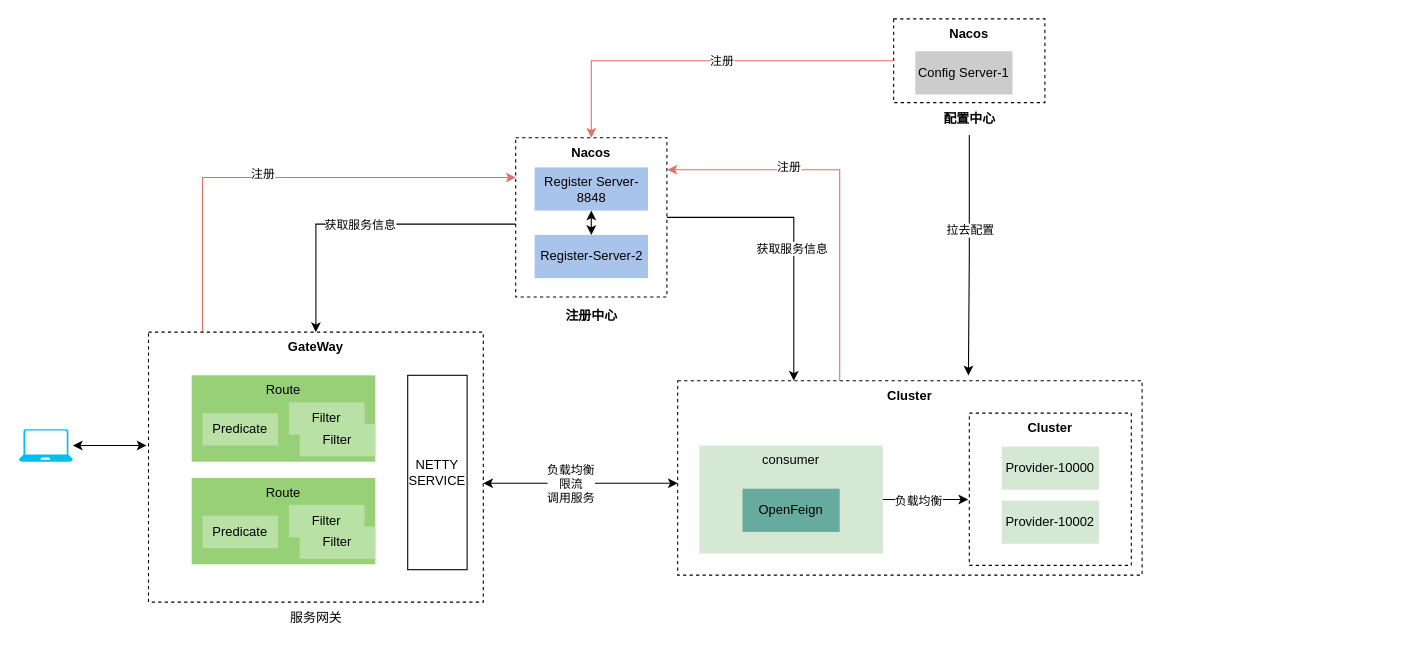
The draw.io diagram asserts/架构图.drawio in RainbowJier/SpringCloud, before the edit. Source tidied: cells renumbered, new cells numbered last; positions are measured from the earlier drawing's top-left corner, leaving out a move shared by most shapes. Both pictures are drawn from the tidied source at 108%, with x=0, y=0 at pixel (18, 18).
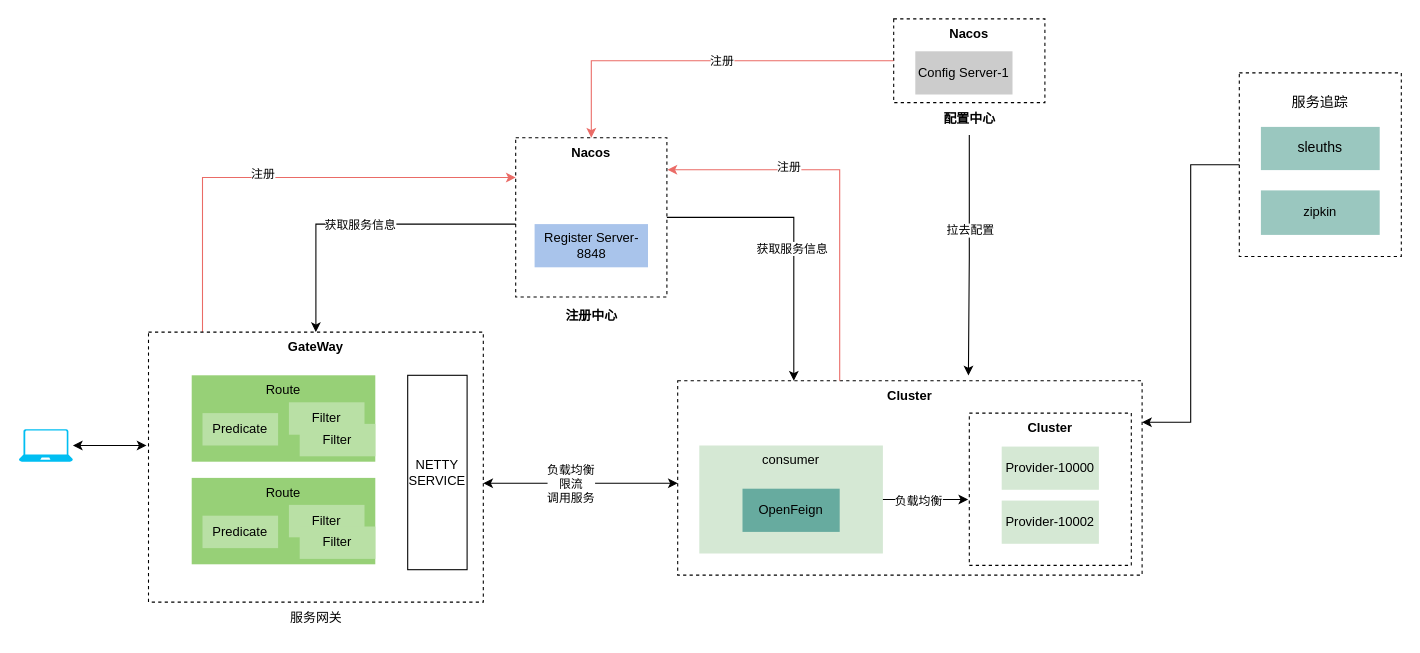
The same page after the edit.

Commit message:
更新架构图.drawio

The change refers to these unchanged cells:
```xml
<mxCell id="31" value="&lt;b&gt;Cluster&lt;/b&gt;" style="rounded=0;whiteSpace=wrap;html=1;fillColor=none;dashed=1;verticalAlign=top;" parent="30" vertex="1">
  <mxGeometry width="430" height="180" as="geometry" />
</mxCell>
```

Change to the diagram source:
```diff
@@
-    <mxCell id="11" style="group;" parent="1" vertex="1">
-      <mxGeometry x="460" y="110" width="140" height="147.5" as="geometry" />
-    </mxCell>
-    <mxCell id="12" value="&lt;b&gt;Nacos&lt;/b&gt;" style="rounded=0;whiteSpace=wrap;html=1;fillColor=none;strokeColor=default;align=center;verticalAlign=top;dashed=1;" parent="11" vertex="1">
-      <mxGeometry width="140" height="147.5" as="geometry" />
-    </mxCell>
-    <mxCell id="13" value="Register-Server-2" style="rounded=0;whiteSpace=wrap;html=1;fillColor=#A9C4EB;strokeColor=none;" parent="11" vertex="1">
-      <mxGeometry x="17.5" y="90" width="105" height="40" as="geometry" />
-    </mxCell>
-    <mxCell id="14" value="Register Server-8848" style="rounded=0;whiteSpace=wrap;html=1;fillColor=#A9C4EB;strokeColor=none;" parent="11" vertex="1">
-      <mxGeometry x="17.5" y="27.5" width="105" height="40" as="geometry" />
-    </mxCell>
-    <mxCell id="15" style="endArrow=classic;startArrow=classic;html=1;rounded=0;entryX=0.5;entryY=1;entryDx=0;entryDy=0;exitX=0.5;exitY=0;exitDx=0;exitDy=0;" parent="11" edge="1" source="13" target="14">
-      <mxGeometry relative="1" as="geometry" />
-    </mxCell>
@@
+    <mxCell id="12" value="&lt;b&gt;Nacos&lt;/b&gt;" style="rounded=0;whiteSpace=wrap;html=1;fillColor=none;strokeColor=default;align=center;verticalAlign=top;dashed=1;" parent="1" vertex="1">
+      <mxGeometry x="460" y="110" width="140" height="147.5" as="geometry" />
+    </mxCell>
+    <mxCell id="14" value="Register Server-8848" style="rounded=0;whiteSpace=wrap;html=1;fillColor=#A9C4EB;strokeColor=none;" parent="1" vertex="1">
+      <mxGeometry x="477.5" y="190" width="105" height="40" as="geometry" />
+    </mxCell>
+    <mxCell id="52" style="group;" parent="1" vertex="1">
+      <mxGeometry x="1130" y="50" width="150" height="170" as="geometry" />
+    </mxCell>
+    <mxCell id="53" value="&lt;pre style=&quot;font-size: 9.8pt;&quot;&gt;&lt;font face=&quot;Helvetica&quot;&gt;服务追踪&lt;/font&gt;&lt;/pre&gt;" style="rounded=0;whiteSpace=wrap;html=1;fillColor=none;strokeColor=default;align=center;verticalAlign=top;dashed=1;" parent="52" vertex="1">
+      <mxGeometry width="150" height="170" as="geometry" />
+    </mxCell>
+    <mxCell id="54" value="&lt;div style=&quot;&quot;&gt;&lt;pre style=&quot;font-size: 9.8pt;&quot;&gt;&lt;span style=&quot;&quot;&gt;&lt;font face=&quot;Helvetica&quot;&gt;sleuths&lt;/font&gt;&lt;/span&gt;&lt;/pre&gt;&lt;/div&gt;" style="rounded=0;whiteSpace=wrap;html=1;fillColor=#9AC7BF;strokeColor=none;verticalAlign=middle;fontColor=#000000;labelBackgroundColor=none;dashed=1;fontStyle=0;" parent="52" vertex="1">
+      <mxGeometry x="20" y="50" width="110" height="40" as="geometry" />
+    </mxCell>
+    <mxCell id="55" value="zipkin" style="rounded=0;whiteSpace=wrap;html=1;fillColor=#9AC7BF;strokeColor=none;verticalAlign=middle;fontColor=#000000;labelBackgroundColor=none;dashed=1;fontStyle=0;" parent="52" vertex="1">
+      <mxGeometry x="20" y="108.8" width="110" height="41.2" as="geometry" />
+    </mxCell>
+    <mxCell id="56" style="edgeStyle=orthogonalEdgeStyle;rounded=0;jettySize=auto;html=1;entryX=1;entryY=0.214;entryDx=0;entryDy=0;entryPerimeter=0;" parent="1" edge="1" source="53" target="31">
+      <mxGeometry relative="1" as="geometry" />
+    </mxCell>
```
